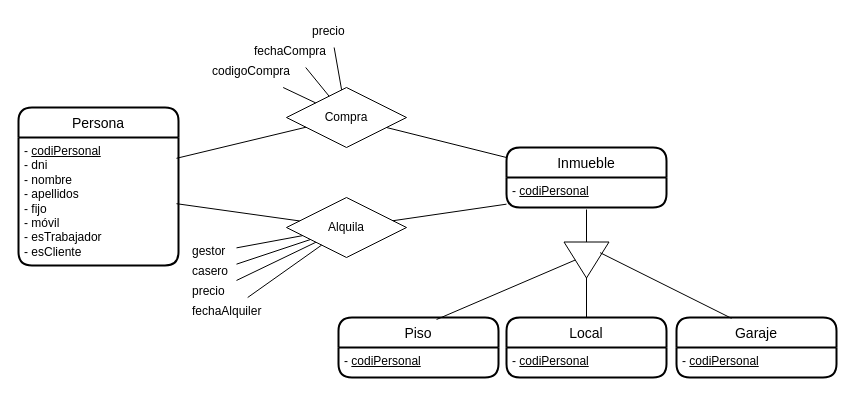
The draw.io diagram ex18.drawio in JuanMarinG/TA12_MYSQL, before the edit. Source tidied: cells renumbered, new cells numbered last; positions are measured from the earlier drawing's top-left corner, leaving out a move shared by most shapes. Both pictures are drawn from the tidied source at 100%, with x=0, y=0 at pixel (18, 17).
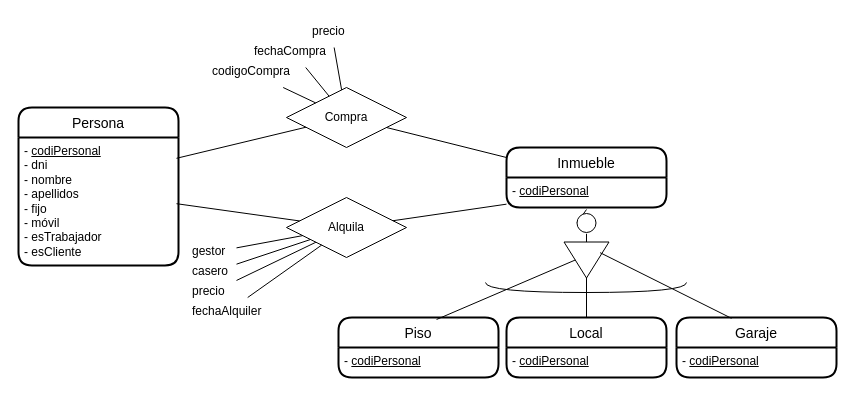
The same page after the edit.

Commit message:
herencia inmueble

Unchanged cells that the change refers to:
```xml
<mxCell id="8" value="- &lt;u&gt;codiPersonal&lt;/u&gt;" style="text;html=1;align=left;verticalAlign=top;points=[];strokeColor=none;fillColor=none;spacingLeft=4;" parent="7" vertex="1">
  <mxGeometry y="30" width="160" height="30" as="geometry" />
</mxCell>
<mxCell id="9" style="triangle;whiteSpace=wrap;html=1;rotation=90;" parent="1" vertex="1">
  <mxGeometry x="550" y="220" width="36" height="45" as="geometry" />
</mxCell>
```

Diff of the diagram source:
```diff
@@
-    <mxCell id="34" style="endArrow=none;html=1;rounded=0;fontSize=18;entryX=0.5;entryY=1.067;entryDx=0;entryDy=0;entryPerimeter=0;exitX=0;exitY=0.5;exitDx=0;exitDy=0;" parent="1" edge="1" source="9" target="8">
+    <mxCell id="34" style="endArrow=none;html=1;rounded=0;fontSize=18;entryX=0.5;entryY=1.067;entryDx=0;entryDy=0;entryPerimeter=0;exitX=0;exitY=0.5;exitDx=0;exitDy=0;startArrow=none;" parent="1" edge="1" source="38" target="8">
       <mxGeometry relative="1" as="geometry" />
     </mxCell>
@@
+    <mxCell id="38" style="ellipse;whiteSpace=wrap;html=1;fontSize=18;" parent="1" vertex="1">
+      <mxGeometry x="558.5" y="196" width="19" height="19" as="geometry" />
+    </mxCell>
+    <mxCell id="39" style="endArrow=none;html=1;rounded=0;fontSize=18;entryX=0.5;entryY=1.067;entryDx=0;entryDy=0;entryPerimeter=0;exitX=0;exitY=0.5;exitDx=0;exitDy=0;" parent="1" edge="1" source="9" target="38">
+      <mxGeometry relative="1" as="geometry" />
+    </mxCell>
+    <mxCell id="40" style="shape=requiredInterface;html=1;verticalLabelPosition=bottom;sketch=0;fontSize=18;direction=south;" parent="1" vertex="1">
+      <mxGeometry x="467" y="265" width="201" height="10" as="geometry" />
+    </mxCell>
```
